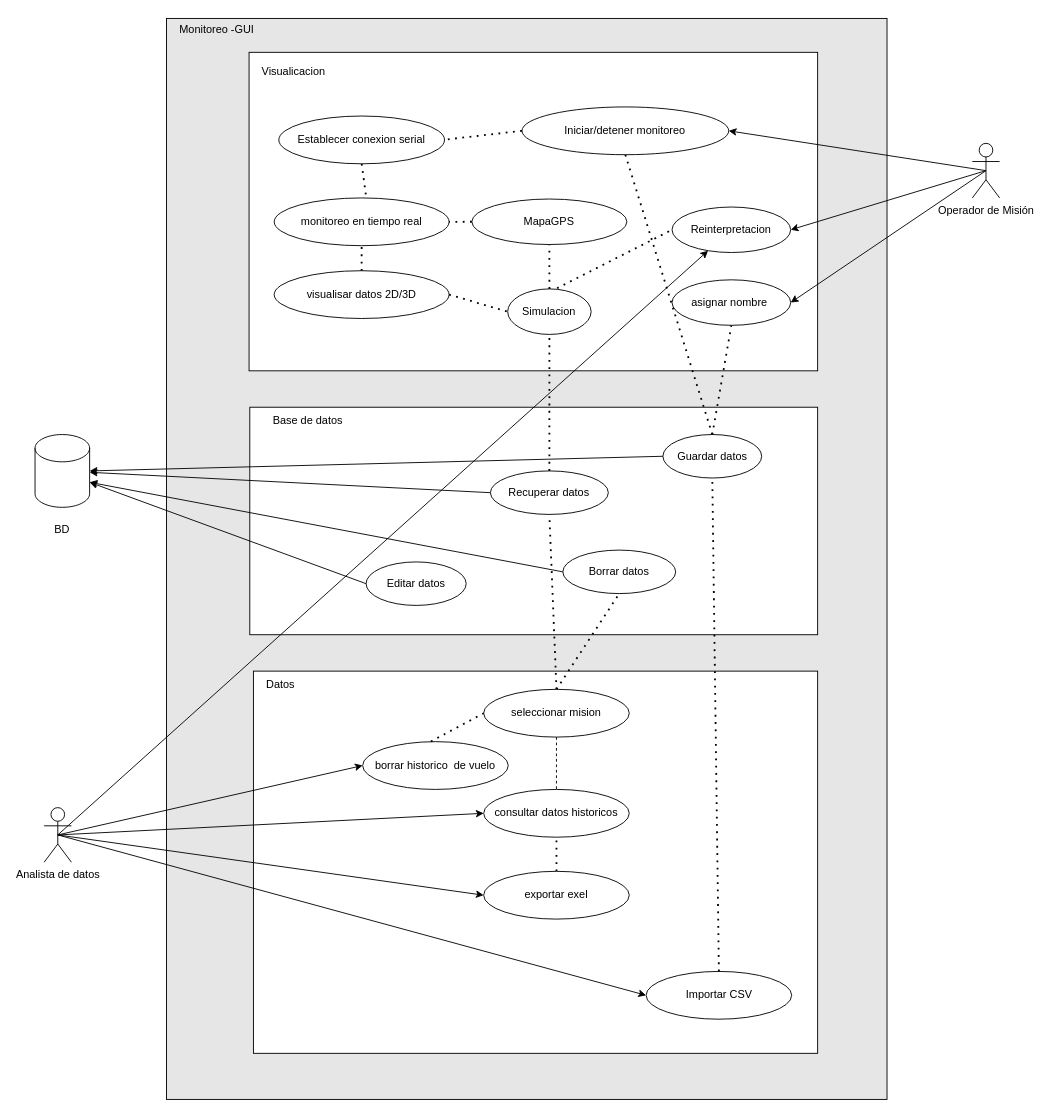
fcoHM/MONITOREO-GUI keeps this draw.io diagram as Documentacion/CU_MonitoreoGUI.drawio. Above is the earlier version. Source tidied: cells renumbered, new cells numbered last; positions are measured from the earlier drawing's top-left corner, leaving out a move shared by most shapes. Both pictures are drawn from the tidied source at 91%, with x=0, y=0 at pixel (-15, 15).
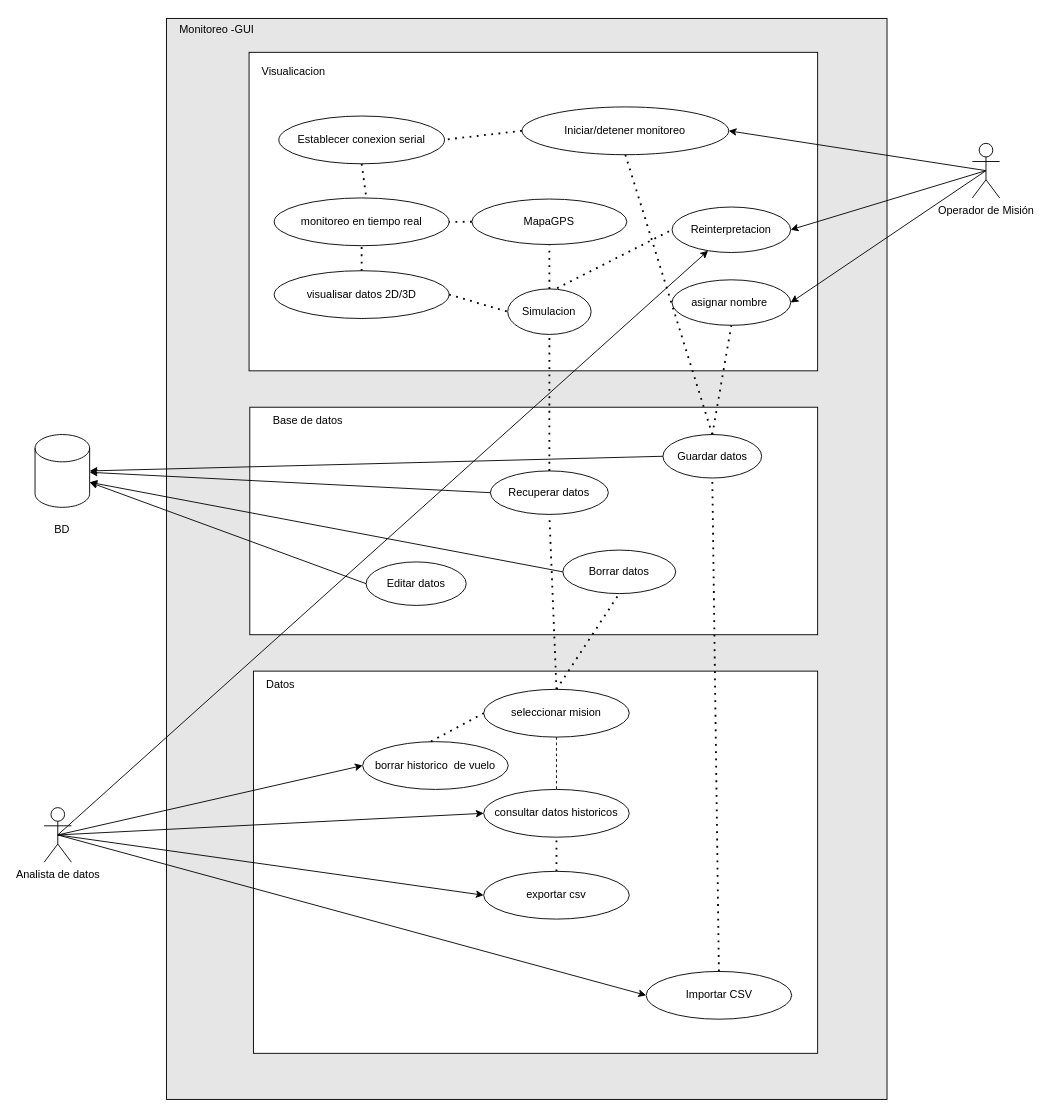
After the change.

The edit, as a diff of the source:
```diff
@@
-    <mxCell id="7" value="exportar exel" style="ellipse;whiteSpace=wrap;html=1;" parent="1" vertex="1">
+    <mxCell id="7" value="exportar csv" style="ellipse;whiteSpace=wrap;html=1;" parent="1" vertex="1">
       <mxGeometry x="547" y="940" width="160" height="52.5" as="geometry" />
     </mxCell>
```
